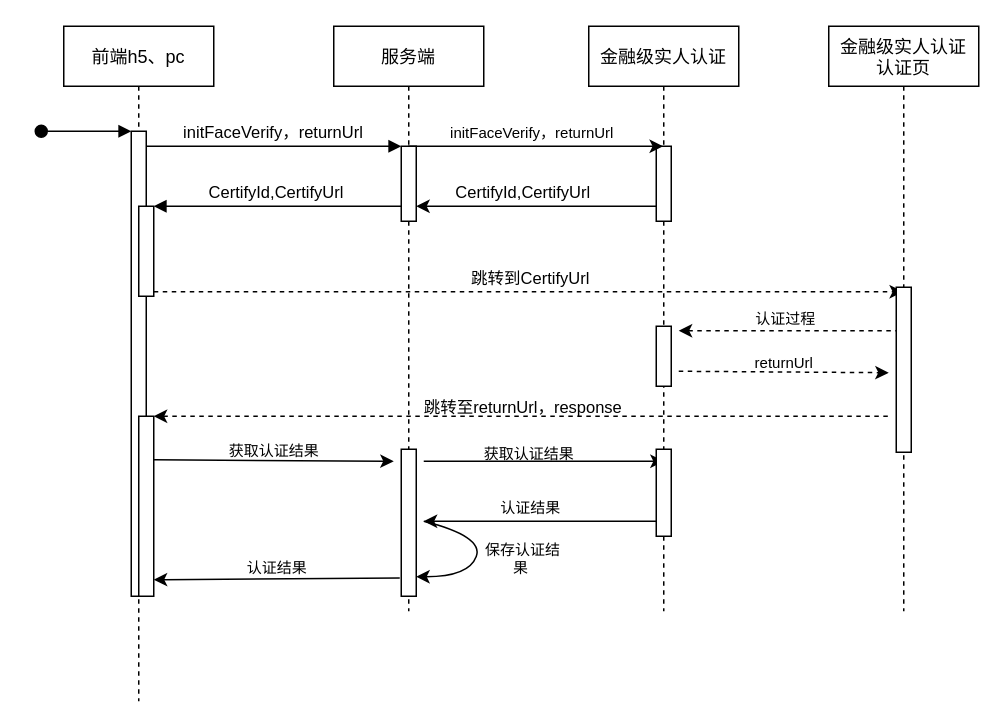
jianzi0307/draw.io keeps this draw.io diagram as 阿里金融级实名认证.drawio. Above is the earlier version. Source tidied: cells renumbered, new cells numbered last; positions are measured from the earlier drawing's top-left corner, leaving out a move shared by most shapes. Both pictures are drawn from the tidied source at 150%, with x=0, y=0 at pixel (40, 26).
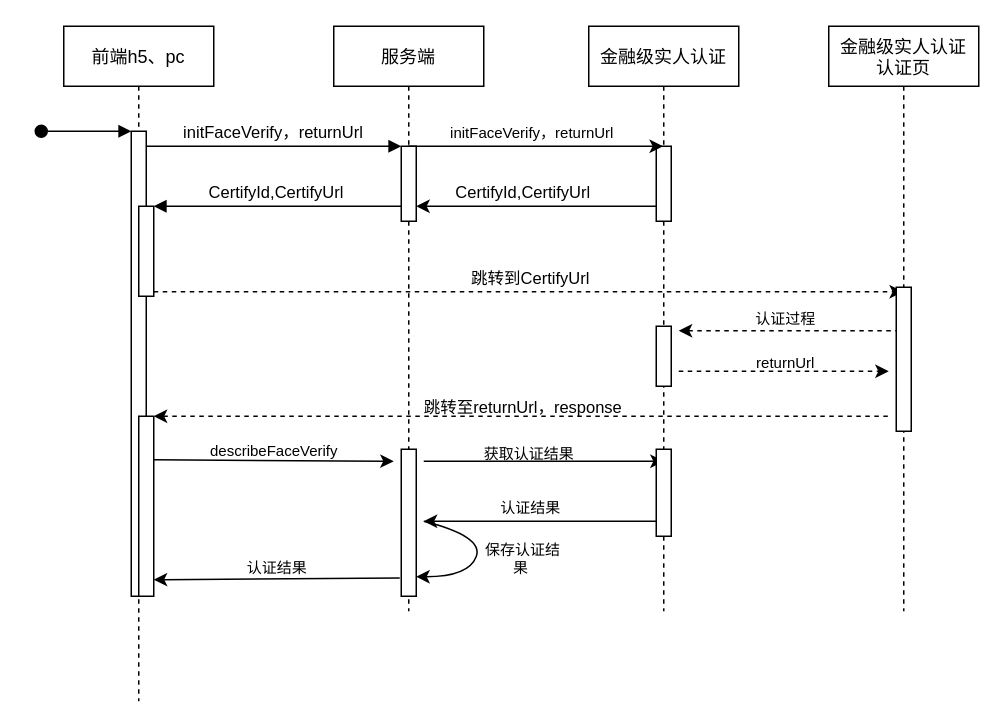
Above is the later version.

Commit message (it also covers changes not shown here):
更新阿里金融级实名认证.drawio

Unchanged cells that the change refers to:
```xml
<mxCell id="9" style="endArrow=classic;html=1;rounded=0;fontFamily=Helvetica;fontSize=10;fontColor=default;" parent="2" edge="1">
  <mxGeometry relative="1" as="geometry">
    <mxPoint x="60" y="289" as="sourcePoint" />
    <mxPoint x="220" y="290" as="targetPoint" />
  </mxGeometry>
</mxCell>
<mxCell id="21" value="金融级实人认证" style="shape=umlLifeline;perimeter=lifelinePerimeter;rounded=0;shadow=0;strokeWidth=1;" parent="1" vertex="1">
  <mxGeometry x="365" width="100" height="390" as="geometry" />
</mxCell>
<mxCell id="30" value="金融级实人认证&#10;认证页" style="shape=umlLifeline;perimeter=lifelinePerimeter;rounded=0;shadow=0;strokeWidth=1;" parent="1" vertex="1">
  <mxGeometry x="525" width="100" height="390" as="geometry" />
</mxCell>
```

Diff of the diagram source:
```diff
@@
-    <mxCell id="10" value="获取认证结果" style="edgeLabel;html=1;align=center;verticalAlign=middle;labelBackgroundColor=none;fontFamily=Helvetica;fontSize=10;fontColor=default;" parent="9" vertex="1">
+    <mxCell id="10" value="describeFaceVerify" style="edgeLabel;html=1;align=center;verticalAlign=middle;labelBackgroundColor=none;fontFamily=Helvetica;fontSize=10;fontColor=default;" parent="9" vertex="1">
       <mxGeometry relative="1" as="geometry">
         <mxPoint y="-7" as="offset" />
       </mxGeometry>
     </mxCell>
@@
-    <mxCell id="27" style="endArrow=classic;html=1;rounded=0;dashed=1;fontFamily=Helvetica;fontSize=10;fontColor=default;entryX=-0.5;entryY=0.518;entryDx=0;entryDy=0;entryPerimeter=0;" parent="21" edge="1" target="31">
+    <mxCell id="27" style="endArrow=classic;html=1;rounded=0;dashed=1;fontFamily=Helvetica;fontSize=10;fontColor=default;" parent="21" edge="1">
       <mxGeometry relative="1" as="geometry">
         <mxPoint x="60" y="230" as="sourcePoint" />
+        <mxPoint x="200" y="230" as="targetPoint" />
       </mxGeometry>
     </mxCell>
@@
     <mxCell id="31" style="points=[];perimeter=orthogonalPerimeter;rounded=0;shadow=0;strokeWidth=1;" parent="30" vertex="1">
-      <mxGeometry x="45" y="174" width="10" height="110" as="geometry" />
+      <mxGeometry x="45" y="174" width="10" height="96" as="geometry" />
     </mxCell>
```
